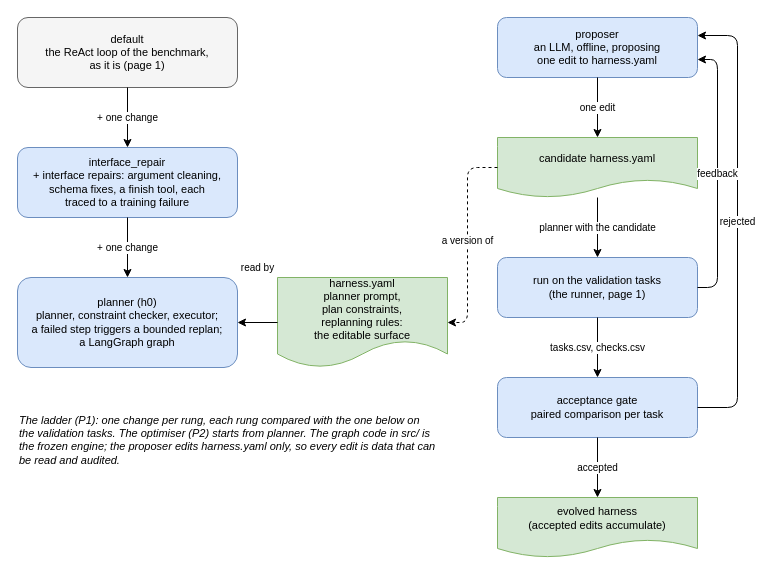
Earlier version of the draw.io diagram page "The ladder and the optimiser" (2 of 2) of docs/figures/architecture.drawio (muck-or-mack/mas-optimiser). Source tidied: cells renumbered, new cells numbered last; positions are measured from the earlier drawing's top-left corner, leaving out a move shared by most shapes. Both pictures are drawn from the tidied source at 100%, with x=0, y=0 at pixel (17, 17).
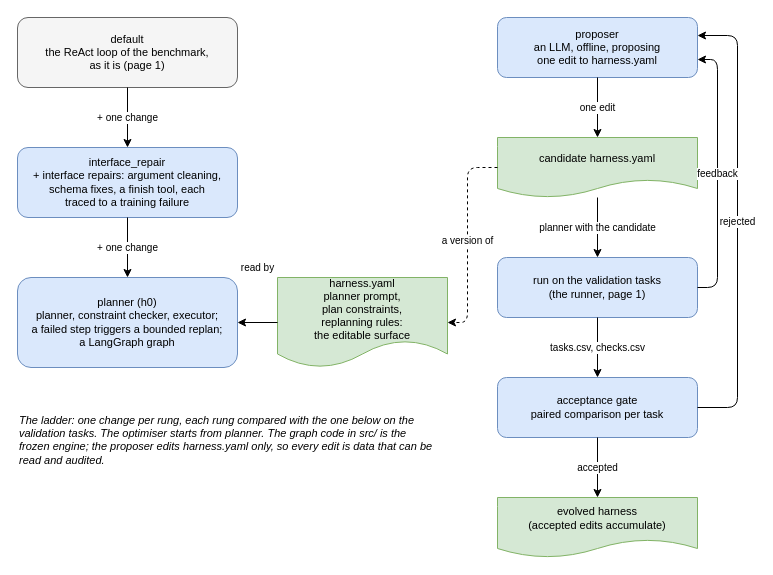
The same diagram, later.

Commit message (it also covers changes not shown here):
drop the stage labels from how-it-works and the ladder figure

Diff of the diagram source:
```diff
@@
-    <mxCell id="6" value="The ladder (P1): one change per rung, each rung compared with the one below on the validation tasks. The optimiser (P2) starts from planner. The graph code in src/ is the frozen engine; the proposer edits harness.yaml only, so every edit is data that can be read and audited." style="text;align=left;verticalAlign=top;fontSize=11;fontStyle=2;whiteSpace=wrap;html=1;" parent="1" vertex="1">
+    <mxCell id="6" value="The ladder: one change per rung, each rung compared with the one below on the validation tasks. The optimiser starts from planner. The graph code in src/ is the frozen engine; the proposer edits harness.yaml only, so every edit is data that can be read and audited." style="text;align=left;verticalAlign=top;fontSize=11;fontStyle=2;whiteSpace=wrap;html=1;" parent="1" vertex="1">
       <mxGeometry y="390" width="420" height="80" as="geometry" />
     </mxCell>
```
